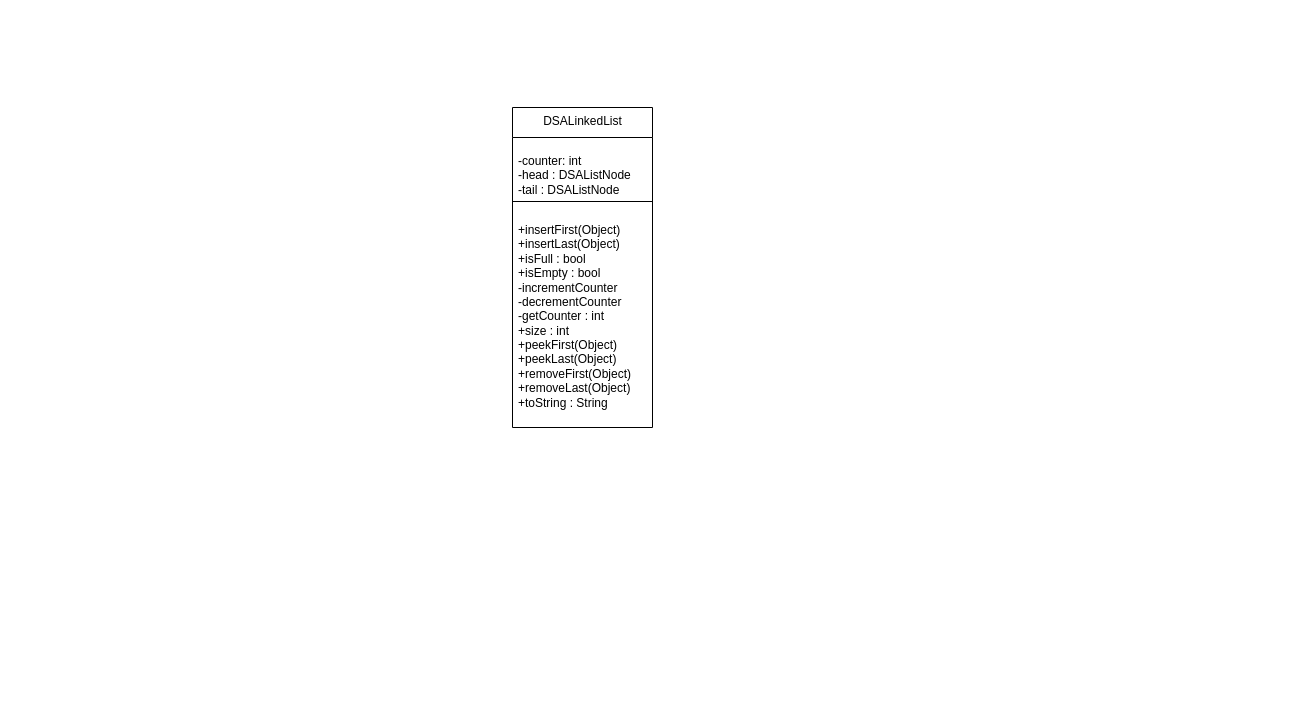
Before: Worksheets and Lectures/Week04/Worksheet04_20555535_SamuelWyatt/DSAWorksheet4.drawio in samuel-wyatt/DSA, a draw.io diagram. Source tidied: cells renumbered, new cells numbered last; positions are measured from the earlier drawing's top-left corner, leaving out a move shared by most shapes. Both pictures are drawn from the tidied source at 100%, with x=0, y=0 at pixel (512, 107).
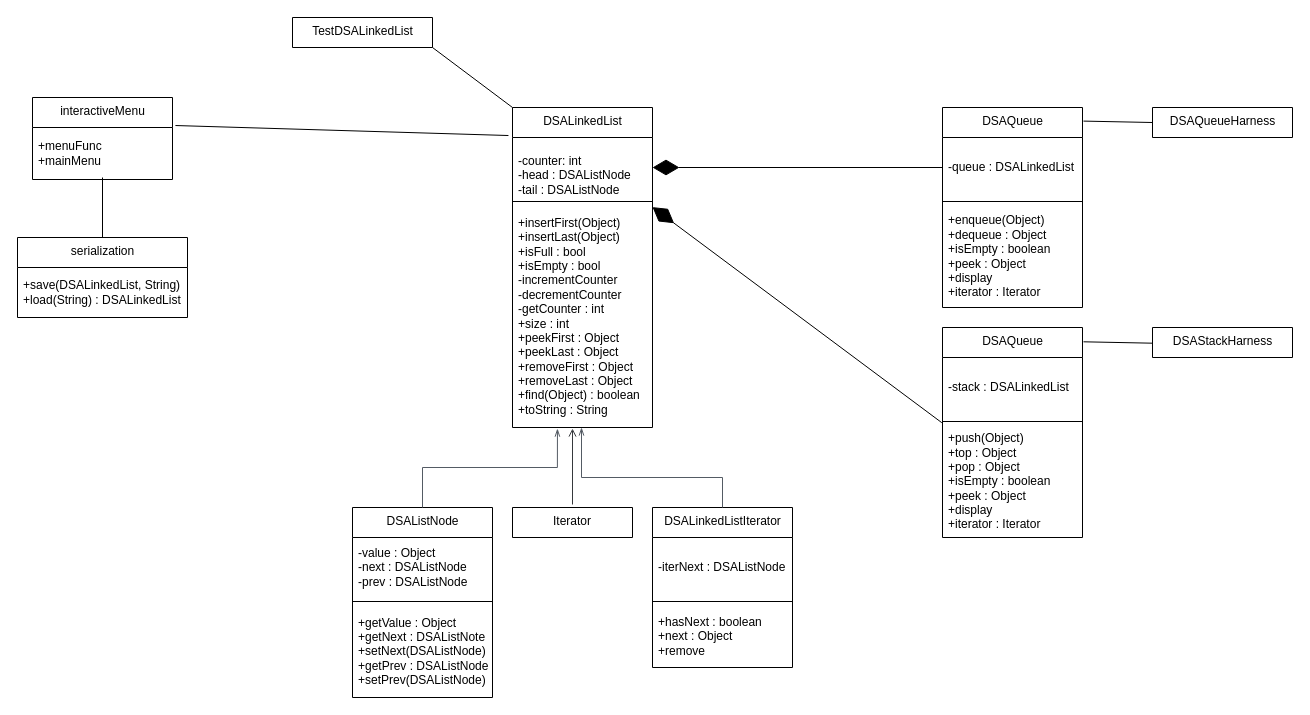
After the change.

Unchanged cells that the change refers to:
```xml
<mxCell id="2" value="DSALinkedList" style="swimlane;fontStyle=0;align=center;verticalAlign=top;horizontal=1;startSize=30;html=1;" parent="1" vertex="1">
  <mxGeometry width="140" height="320" as="geometry" />
</mxCell>
<mxCell id="3" value="&lt;br&gt;-counter: int&amp;nbsp;&lt;br&gt;-head : DSAListNode&lt;br&gt;-tail : DSAListNode" style="text;html=1;strokeColor=none;fillColor=none;align=left;verticalAlign=middle;spacingLeft=4;spacingRight=4;overflow=hidden;points=[[0,0.5],[1,0.5]];portConstraint=eastwest;" parent="2" vertex="1">
  <mxGeometry y="30" width="140" height="60" as="geometry" />
</mxCell>
```

Diff of the diagram source:
```diff
@@
-    <mxCell id="5" value="+insertFirst(Object)&lt;br&gt;+insertLast(Object)&lt;br&gt;+isFull : bool&lt;br&gt;+isEmpty : bool&lt;br&gt;-incrementCounter&lt;br&gt;-decrementCounter&lt;br&gt;-getCounter : int&lt;br&gt;+size : int&lt;br&gt;+peekFirst(Object)&lt;br&gt;+peekLast(Object)&lt;br&gt;+removeFirst(Object)&lt;br&gt;+removeLast(Object)&lt;br&gt;+toString : String" style="text;html=1;strokeColor=none;fillColor=none;align=left;verticalAlign=middle;spacingLeft=4;spacingRight=4;overflow=hidden;points=[[0,0.5],[1,0.5]];portConstraint=eastwest;" parent="2" vertex="1">
+    <mxCell id="5" value="+insertFirst(Object)&lt;br&gt;+insertLast(Object)&lt;br&gt;+isFull : bool&lt;br&gt;+isEmpty : bool&lt;br&gt;-incrementCounter&lt;br&gt;-decrementCounter&lt;br&gt;-getCounter : int&lt;br&gt;+size : int&lt;br&gt;+peekFirst : Object&lt;br&gt;+peekLast : Object&lt;br&gt;+removeFirst : Object&lt;br&gt;+removeLast : Object&lt;br&gt;+find(Object) : boolean&lt;br&gt;+toString : String" style="text;html=1;strokeColor=none;fillColor=none;align=left;verticalAlign=middle;spacingLeft=4;spacingRight=4;overflow=hidden;points=[[0,0.5],[1,0.5]];portConstraint=eastwest;" parent="2" vertex="1">
       <mxGeometry y="98" width="140" height="222" as="geometry" />
     </mxCell>
+    <mxCell id="6" value="DSAListNode" style="swimlane;fontStyle=0;align=center;verticalAlign=top;horizontal=1;startSize=30;html=1;" parent="1" vertex="1">
+      <mxGeometry x="-160" y="400" width="140" height="190" as="geometry" />
+    </mxCell>
+    <mxCell id="7" value="-value : Object&lt;br&gt;-next : DSAListNode&lt;br&gt;-prev : DSAListNode" style="text;html=1;strokeColor=none;fillColor=none;align=left;verticalAlign=middle;spacingLeft=4;spacingRight=4;overflow=hidden;" parent="6" vertex="1">
+      <mxGeometry y="30" width="140" height="60" as="geometry" />
+    </mxCell>
+    <mxCell id="8" style="line;strokeWidth=1;fillColor=none;align=left;verticalAlign=middle;spacingTop=-1;spacingLeft=3;spacingRight=3;labelPosition=right;" parent="6" vertex="1">
+      <mxGeometry y="90" width="140" height="8" as="geometry" />
+    </mxCell>
+    <mxCell id="9" value="+getValue : Object&lt;br&gt;+getNext : DSAListNote&lt;br&gt;+setNext(DSAListNode)&lt;br&gt;+getPrev : DSAListNode&lt;br&gt;+setPrev(DSAListNode)" style="text;html=1;strokeColor=none;fillColor=none;align=left;verticalAlign=middle;spacingLeft=4;spacingRight=4;overflow=hidden;" parent="6" vertex="1">
+      <mxGeometry y="98" width="140" height="92" as="geometry" />
+    </mxCell>
+    <mxCell id="10" value="Iterator" style="shape=note2;boundedLbl=1;whiteSpace=wrap;html=1;size=0;verticalAlign=top;align=center;" parent="1" vertex="1">
+      <mxGeometry y="400" width="120" height="30" as="geometry" />
+    </mxCell>
+    <mxCell id="11" value="DSALinkedListIterator" style="swimlane;fontStyle=0;align=center;verticalAlign=top;horizontal=1;startSize=30;html=1;" parent="1" vertex="1">
+      <mxGeometry x="140" y="400" width="140" height="160" as="geometry" />
+    </mxCell>
+    <mxCell id="12" value="-iterNext : DSAListNode" style="text;html=1;strokeColor=none;fillColor=none;align=left;verticalAlign=middle;spacingLeft=4;spacingRight=4;overflow=hidden;" parent="11" vertex="1">
+      <mxGeometry y="30" width="140" height="60" as="geometry" />
+    </mxCell>
+    <mxCell id="13" style="line;strokeWidth=1;fillColor=none;align=left;verticalAlign=middle;spacingTop=-1;spacingLeft=3;spacingRight=3;labelPosition=right;" parent="11" vertex="1">
+      <mxGeometry y="90" width="140" height="8" as="geometry" />
+    </mxCell>
+    <mxCell id="14" value="+hasNext : boolean&lt;br&gt;+next : Object&lt;br&gt;+remove&amp;nbsp;" style="text;html=1;strokeColor=none;fillColor=none;align=left;verticalAlign=middle;spacingLeft=4;spacingRight=4;overflow=hidden;" parent="11" vertex="1">
+      <mxGeometry y="98" width="140" height="62" as="geometry" />
+    </mxCell>
+    <mxCell id="15" value="TestDSALinkedList" style="swimlane;fontStyle=0;align=center;verticalAlign=top;horizontal=1;startSize=30;html=1;" parent="1" vertex="1">
+      <mxGeometry x="-220" y="-90" width="140" height="30" as="geometry" />
+    </mxCell>
+    <mxCell id="16" style="endArrow=none;html=1;entryX=1;entryY=0.5;entryDx=0;entryDy=0;exitX=0;exitY=0;exitDx=0;exitDy=0;" parent="1" edge="1" source="2">
+      <mxGeometry relative="1" as="geometry">
+        <mxPoint x="-80" y="-60" as="targetPoint" />
+      </mxGeometry>
+    </mxCell>
+    <mxCell id="17" value="DSAQueue" style="swimlane;fontStyle=0;align=center;verticalAlign=top;horizontal=1;startSize=30;html=1;" parent="1" vertex="1">
+      <mxGeometry x="430" width="140" height="200" as="geometry" />
+    </mxCell>
+    <mxCell id="18" value="-queue : DSALinkedList" style="text;html=1;strokeColor=none;fillColor=none;align=left;verticalAlign=middle;spacingLeft=4;spacingRight=4;overflow=hidden;points=[[0,0.5],[1,0.5]];portConstraint=eastwest;" parent="17" vertex="1">
+      <mxGeometry y="30" width="140" height="60" as="geometry" />
+    </mxCell>
+    <mxCell id="19" style="line;strokeWidth=1;fillColor=none;align=left;verticalAlign=middle;spacingTop=-1;spacingLeft=3;spacingRight=3;labelPosition=right;" parent="17" vertex="1">
+      <mxGeometry y="90" width="140" height="8" as="geometry" />
+    </mxCell>
+    <mxCell id="20" value="+enqueue(Object)&lt;br&gt;+dequeue : Object&lt;br&gt;+isEmpty : boolean&lt;br&gt;+peek : Object&lt;br&gt;+display&lt;br&gt;+iterator : Iterator" style="text;html=1;strokeColor=none;fillColor=none;align=left;verticalAlign=middle;spacingLeft=4;spacingRight=4;overflow=hidden;" parent="17" vertex="1">
+      <mxGeometry y="98" width="140" height="102" as="geometry" />
+    </mxCell>
+    <mxCell id="21" style="endArrow=diamondThin;endFill=1;endSize=24;html=1;entryX=1;entryY=0.5;entryDx=0;entryDy=0;exitX=0;exitY=0.5;exitDx=0;exitDy=0;" parent="1" edge="1" source="18" target="3">
+      <mxGeometry relative="1" as="geometry" />
+    </mxCell>
+    <mxCell id="22" value="DSAQueue" style="swimlane;fontStyle=0;align=center;verticalAlign=top;horizontal=1;startSize=30;html=1;" parent="1" vertex="1">
+      <mxGeometry x="430" y="220" width="140" height="210" as="geometry" />
+    </mxCell>
+    <mxCell id="23" value="-stack : DSALinkedList" style="text;html=1;strokeColor=none;fillColor=none;align=left;verticalAlign=middle;spacingLeft=4;spacingRight=4;overflow=hidden;" parent="22" vertex="1">
+      <mxGeometry y="30" width="140" height="60" as="geometry" />
+    </mxCell>
+    <mxCell id="24" style="line;strokeWidth=1;fillColor=none;align=left;verticalAlign=middle;spacingTop=-1;spacingLeft=3;spacingRight=3;labelPosition=right;" parent="22" vertex="1">
+      <mxGeometry y="90" width="140" height="8" as="geometry" />
+    </mxCell>
+    <mxCell id="25" value="+push(Object)&lt;br&gt;+top : Object&lt;br&gt;+pop : Object&lt;br&gt;+isEmpty : boolean&lt;br&gt;+peek : Object&lt;br&gt;+display&lt;br&gt;+iterator : Iterator" style="text;html=1;strokeColor=none;fillColor=none;align=left;verticalAlign=middle;spacingLeft=4;spacingRight=4;overflow=hidden;points=[[0,0.5],[1,0.5]];portConstraint=eastwest;" parent="22" vertex="1">
+      <mxGeometry y="98" width="140" height="112" as="geometry" />
+    </mxCell>
+    <mxCell id="26" style="endArrow=diamondThin;endFill=1;endSize=24;html=1;entryX=1;entryY=0.5;entryDx=0;entryDy=0;exitX=-0.005;exitY=-0.025;exitDx=0;exitDy=0;exitPerimeter=0;" parent="1" edge="1" source="25">
+      <mxGeometry relative="1" as="geometry">
+        <mxPoint x="140" y="99.6" as="targetPoint" />
+      </mxGeometry>
+    </mxCell>
+    <mxCell id="27" value="DSAQueueHarness" style="swimlane;fontStyle=0;align=center;verticalAlign=top;horizontal=1;startSize=30;html=1;" parent="1" vertex="1">
+      <mxGeometry x="640" width="140" height="30" as="geometry" />
+    </mxCell>
+    <mxCell id="28" value="DSAStackHarness" style="swimlane;fontStyle=0;align=center;verticalAlign=top;horizontal=1;startSize=30;html=1;" parent="1" vertex="1">
+      <mxGeometry x="640" y="220" width="140" height="30" as="geometry" />
+    </mxCell>
+    <mxCell id="29" style="endArrow=none;html=1;entryX=1.007;entryY=0.068;entryDx=0;entryDy=0;entryPerimeter=0;exitX=0;exitY=0.5;exitDx=0;exitDy=0;" parent="1" edge="1" source="27" target="17">
+      <mxGeometry relative="1" as="geometry" />
+    </mxCell>
+    <mxCell id="30" style="endArrow=none;html=1;entryX=1.007;entryY=0.068;entryDx=0;entryDy=0;entryPerimeter=0;exitX=0;exitY=0.5;exitDx=0;exitDy=0;" parent="1" edge="1">
+      <mxGeometry relative="1" as="geometry">
+        <mxPoint x="640" y="235.7" as="sourcePoint" />
+        <mxPoint x="571" y="234.3" as="targetPoint" />
+      </mxGeometry>
+    </mxCell>
+    <mxCell id="31" style="edgeStyle=orthogonalEdgeStyle;html=1;endArrow=none;elbow=vertical;startArrow=open;startFill=0;strokeColor=#36393d;rounded=0;fillColor=#eeeeee;" parent="1" edge="1">
+      <mxGeometry relative="1" as="geometry">
+        <mxPoint x="60" y="321" as="sourcePoint" />
+        <mxPoint x="60" y="397" as="targetPoint" />
+        <Array as="points">
+          <mxPoint x="60" y="321" />
+          <mxPoint x="60" y="397" />
+        </Array>
+      </mxGeometry>
+    </mxCell>
+    <mxCell id="32" style="edgeStyle=orthogonalEdgeStyle;html=1;endArrow=none;elbow=vertical;startArrow=openThin;startFill=0;strokeColor=#545B64;rounded=0;entryX=0.5;entryY=0;entryDx=0;entryDy=0;" parent="1" edge="1" target="11">
+      <mxGeometry relative="1" as="geometry">
+        <mxPoint x="69" y="320" as="sourcePoint" />
+        <Array as="points">
+          <mxPoint x="69" y="370" />
+          <mxPoint x="210" y="370" />
+        </Array>
+      </mxGeometry>
+    </mxCell>
+    <mxCell id="33" style="edgeStyle=orthogonalEdgeStyle;html=1;endArrow=none;elbow=vertical;startArrow=openThin;startFill=0;strokeColor=#545B64;rounded=0;entryX=0.5;entryY=0;entryDx=0;entryDy=0;exitX=0.321;exitY=1.005;exitDx=0;exitDy=0;exitPerimeter=0;" parent="1" edge="1" source="5" target="6">
+      <mxGeometry relative="1" as="geometry">
+        <Array as="points">
+          <mxPoint x="45" y="360" />
+          <mxPoint x="-90" y="360" />
+        </Array>
+      </mxGeometry>
+    </mxCell>
+    <mxCell id="34" value="interactiveMenu" style="swimlane;fontStyle=0;align=center;verticalAlign=top;horizontal=1;startSize=30;html=1;" parent="1" vertex="1">
+      <mxGeometry x="-480" y="-10" width="140" height="82" as="geometry" />
+    </mxCell>
+    <mxCell id="35" value="+menuFunc&lt;br&gt;+mainMenu" style="text;html=1;strokeColor=none;fillColor=none;align=left;verticalAlign=middle;spacingLeft=4;spacingRight=4;overflow=hidden;points=[[0,0.5],[1,0.5]];portConstraint=eastwest;" parent="34" vertex="1">
+      <mxGeometry y="30" width="140" height="52" as="geometry" />
+    </mxCell>
+    <mxCell id="36" value="serialization" style="swimlane;fontStyle=0;align=center;verticalAlign=top;horizontal=1;startSize=30;html=1;" parent="1" vertex="1">
+      <mxGeometry x="-495" y="130" width="170" height="80" as="geometry" />
+    </mxCell>
+    <mxCell id="37" value="+save(DSALinkedList, String)&lt;br&gt;+load(String) : DSALinkedList" style="text;html=1;strokeColor=none;fillColor=none;align=left;verticalAlign=middle;spacingLeft=4;spacingRight=4;overflow=hidden;" parent="36" vertex="1">
+      <mxGeometry y="30" width="170" height="50" as="geometry" />
+    </mxCell>
+    <mxCell id="38" style="endArrow=none;html=1;rounded=0;exitX=0.5;exitY=0;exitDx=0;exitDy=0;entryX=0.5;entryY=0.962;entryDx=0;entryDy=0;entryPerimeter=0;" parent="1" edge="1" source="36" target="35">
+      <mxGeometry relative="1" as="geometry" />
+    </mxCell>
+    <mxCell id="39" style="endArrow=none;html=1;rounded=0;entryX=-0.029;entryY=-0.033;entryDx=0;entryDy=0;entryPerimeter=0;exitX=1.021;exitY=-0.038;exitDx=0;exitDy=0;exitPerimeter=0;" parent="1" edge="1" source="35" target="3">
+      <mxGeometry relative="1" as="geometry" />
+    </mxCell>
```
